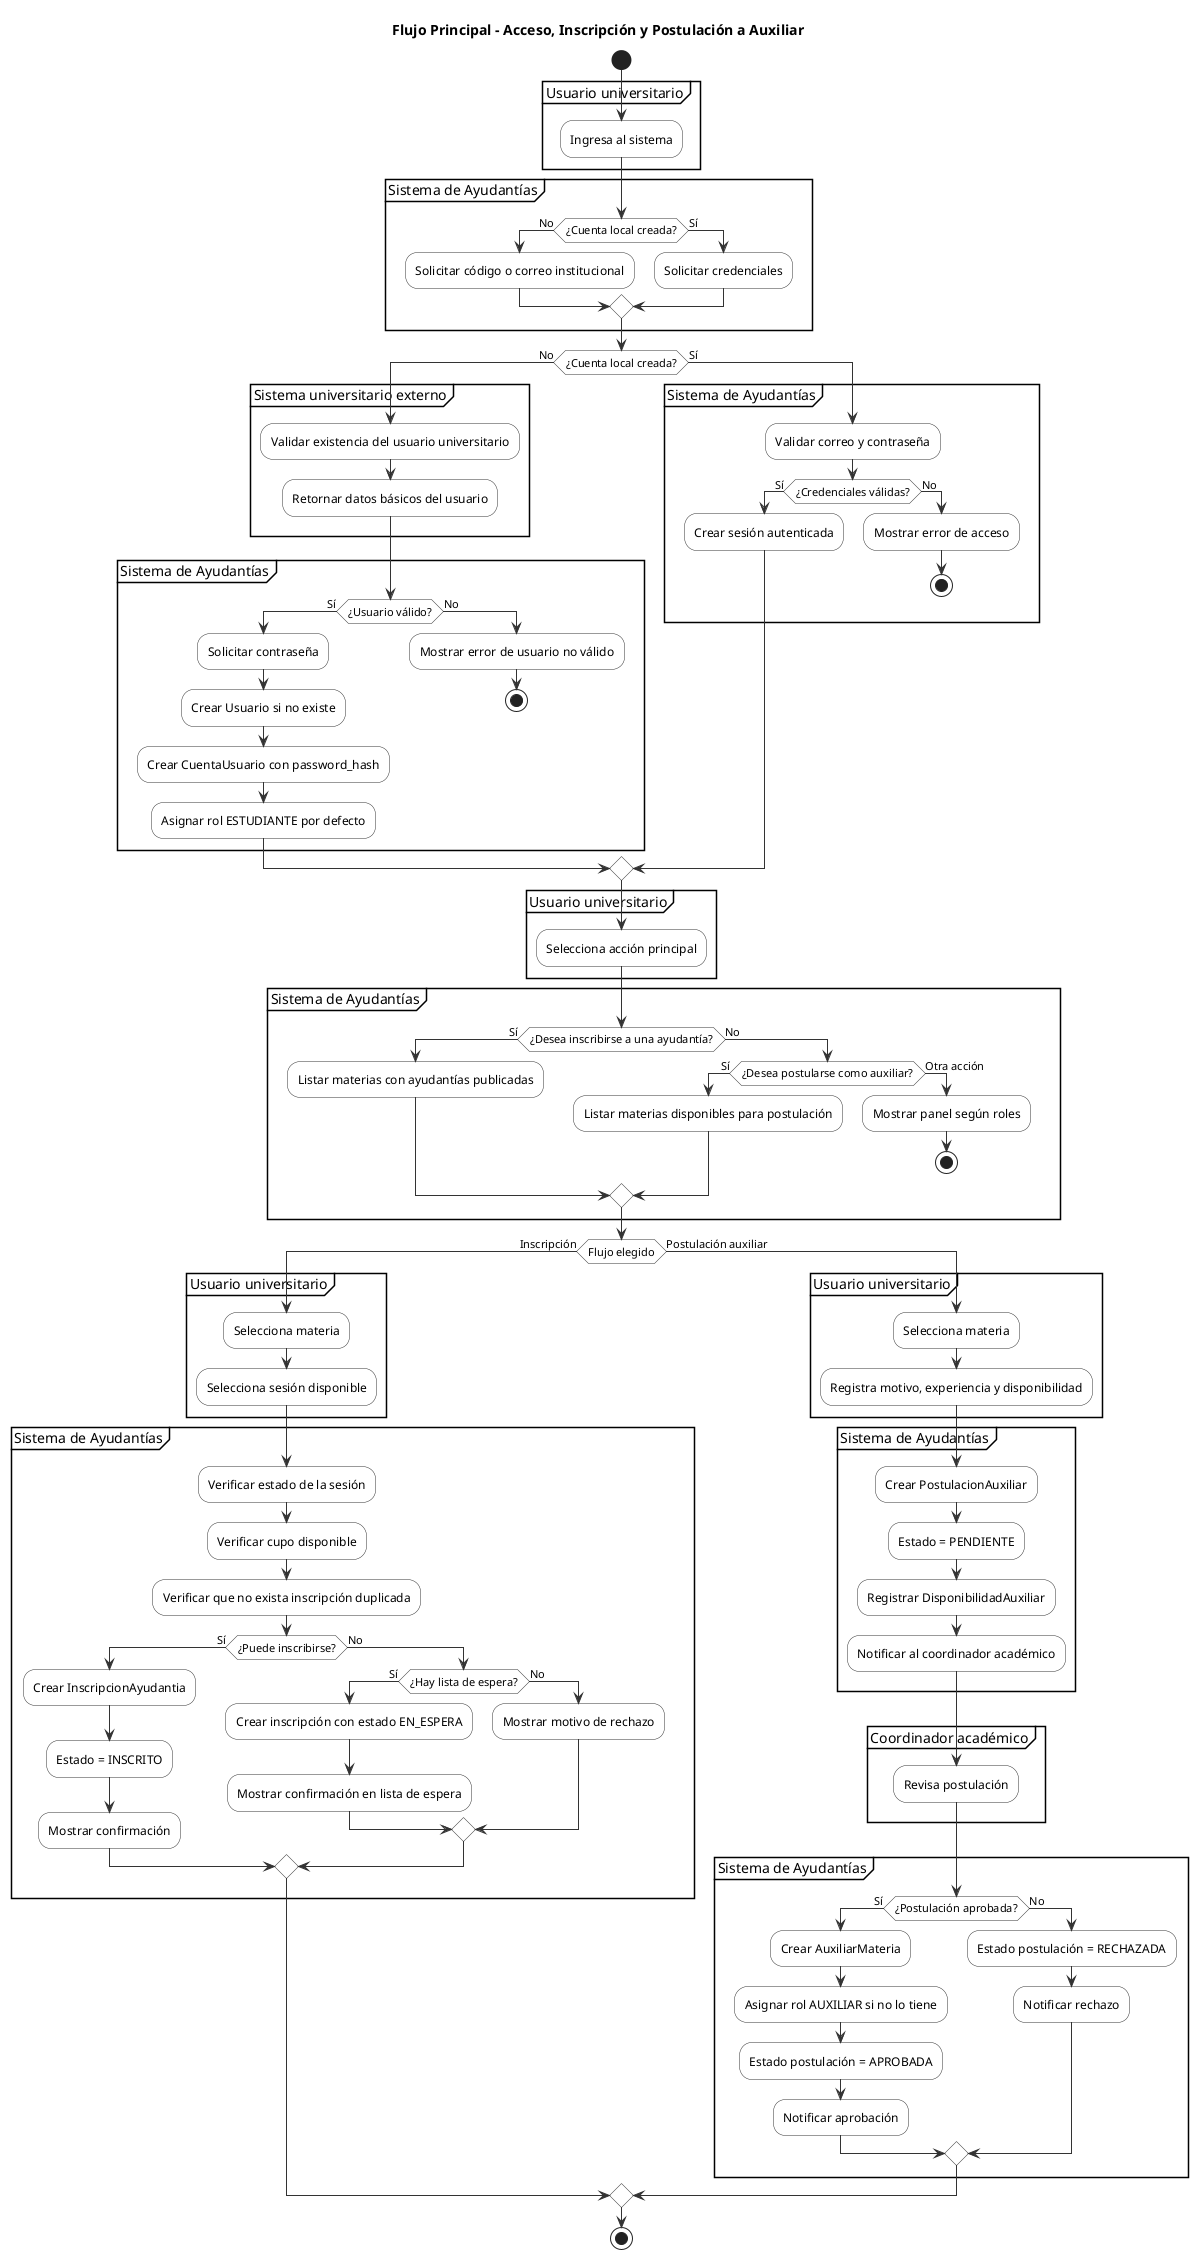
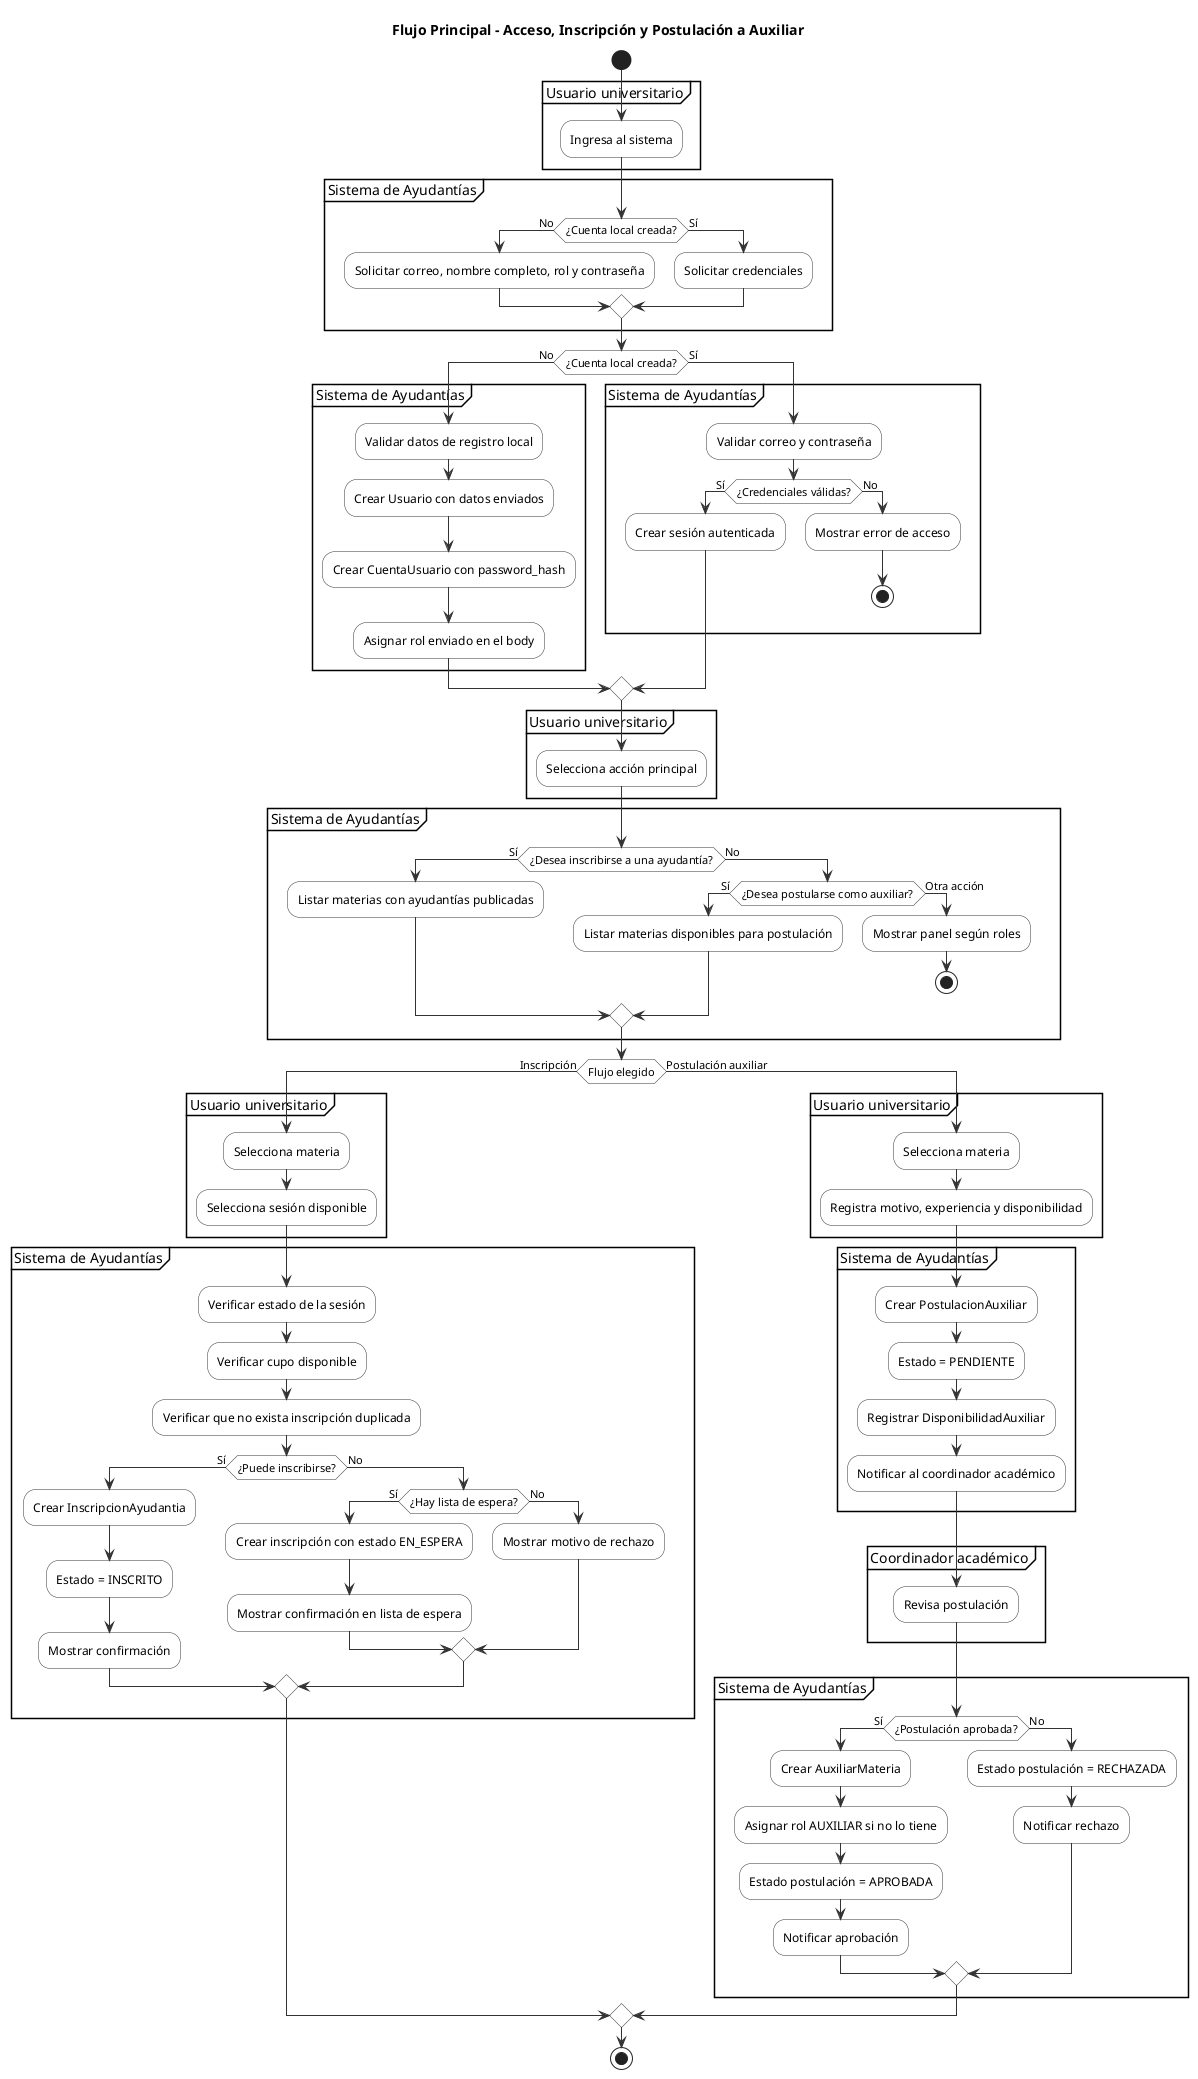
@startuml
' ============================================================
' DIAGRAMA DE ACTIVIDAD PRINCIPAL - Sistema de Ayudantías Universitarias
' ============================================================

skinparam shadowing false
skinparam activity {
  BackgroundColor #FFFFFF
  BorderColor #333333
  ArrowColor #333333
}

title Flujo Principal - Acceso, Inscripción y Postulación a Auxiliar

start

partition "Usuario universitario" {
  :Ingresa al sistema;
}

partition "Sistema de Ayudantías" {
  if (¿Cuenta local creada?) then (No)
-     :Solicitar código o correo institucional;
+     :Solicitar correo, nombre completo, rol y contraseña;
  else (Sí)
    :Solicitar credenciales;
  endif
}

if (¿Cuenta local creada?) then (No)
-   partition "Sistema universitario externo" {
-     :Validar existencia del usuario universitario;
-     :Retornar datos básicos del usuario;
-   }
- 
  partition "Sistema de Ayudantías" {
-     if (¿Usuario válido?) then (Sí)
-       :Solicitar contraseña;
-       :Crear Usuario si no existe;
-       :Crear CuentaUsuario con password_hash;
-       :Asignar rol ESTUDIANTE por defecto;
-     else (No)
-       :Mostrar error de usuario no válido;
-       stop
-     endif
+     :Validar datos de registro local;
+     :Crear Usuario con datos enviados;
+     :Crear CuentaUsuario con password_hash;
+     :Asignar rol enviado en el body;
  }
else (Sí)
  partition "Sistema de Ayudantías" {
    :Validar correo y contraseña;
    if (¿Credenciales válidas?) then (Sí)
      :Crear sesión autenticada;
    else (No)
      :Mostrar error de acceso;
      stop
    endif
  }
endif

partition "Usuario universitario" {
  :Selecciona acción principal;
}

partition "Sistema de Ayudantías" {
  if (¿Desea inscribirse a una ayudantía?) then (Sí)
    :Listar materias con ayudantías publicadas;
  else (No)
    if (¿Desea postularse como auxiliar?) then (Sí)
      :Listar materias disponibles para postulación;
    else (Otra acción)
      :Mostrar panel según roles;
      stop
    endif
  endif
}

if (Flujo elegido) then (Inscripción)

  partition "Usuario universitario" {
    :Selecciona materia;
    :Selecciona sesión disponible;
  }

  partition "Sistema de Ayudantías" {
    :Verificar estado de la sesión;
    :Verificar cupo disponible;
    :Verificar que no exista inscripción duplicada;

    if (¿Puede inscribirse?) then (Sí)
      :Crear InscripcionAyudantia;
      :Estado = INSCRITO;
      :Mostrar confirmación;
    else (No)
      if (¿Hay lista de espera?) then (Sí)
        :Crear inscripción con estado EN_ESPERA;
        :Mostrar confirmación en lista de espera;
      else (No)
        :Mostrar motivo de rechazo;
      endif
    endif
  }

else (Postulación auxiliar)

  partition "Usuario universitario" {
    :Selecciona materia;
    :Registra motivo, experiencia y disponibilidad;
  }

  partition "Sistema de Ayudantías" {
    :Crear PostulacionAuxiliar;
    :Estado = PENDIENTE;
    :Registrar DisponibilidadAuxiliar;
    :Notificar al coordinador académico;
  }

  partition "Coordinador académico" {
    :Revisa postulación;
  }

  partition "Sistema de Ayudantías" {
    if (¿Postulación aprobada?) then (Sí)
      :Crear AuxiliarMateria;
      :Asignar rol AUXILIAR si no lo tiene;
      :Estado postulación = APROBADA;
      :Notificar aprobación;
    else (No)
      :Estado postulación = RECHAZADA;
      :Notificar rechazo;
    endif
  }
endif

stop
@enduml
